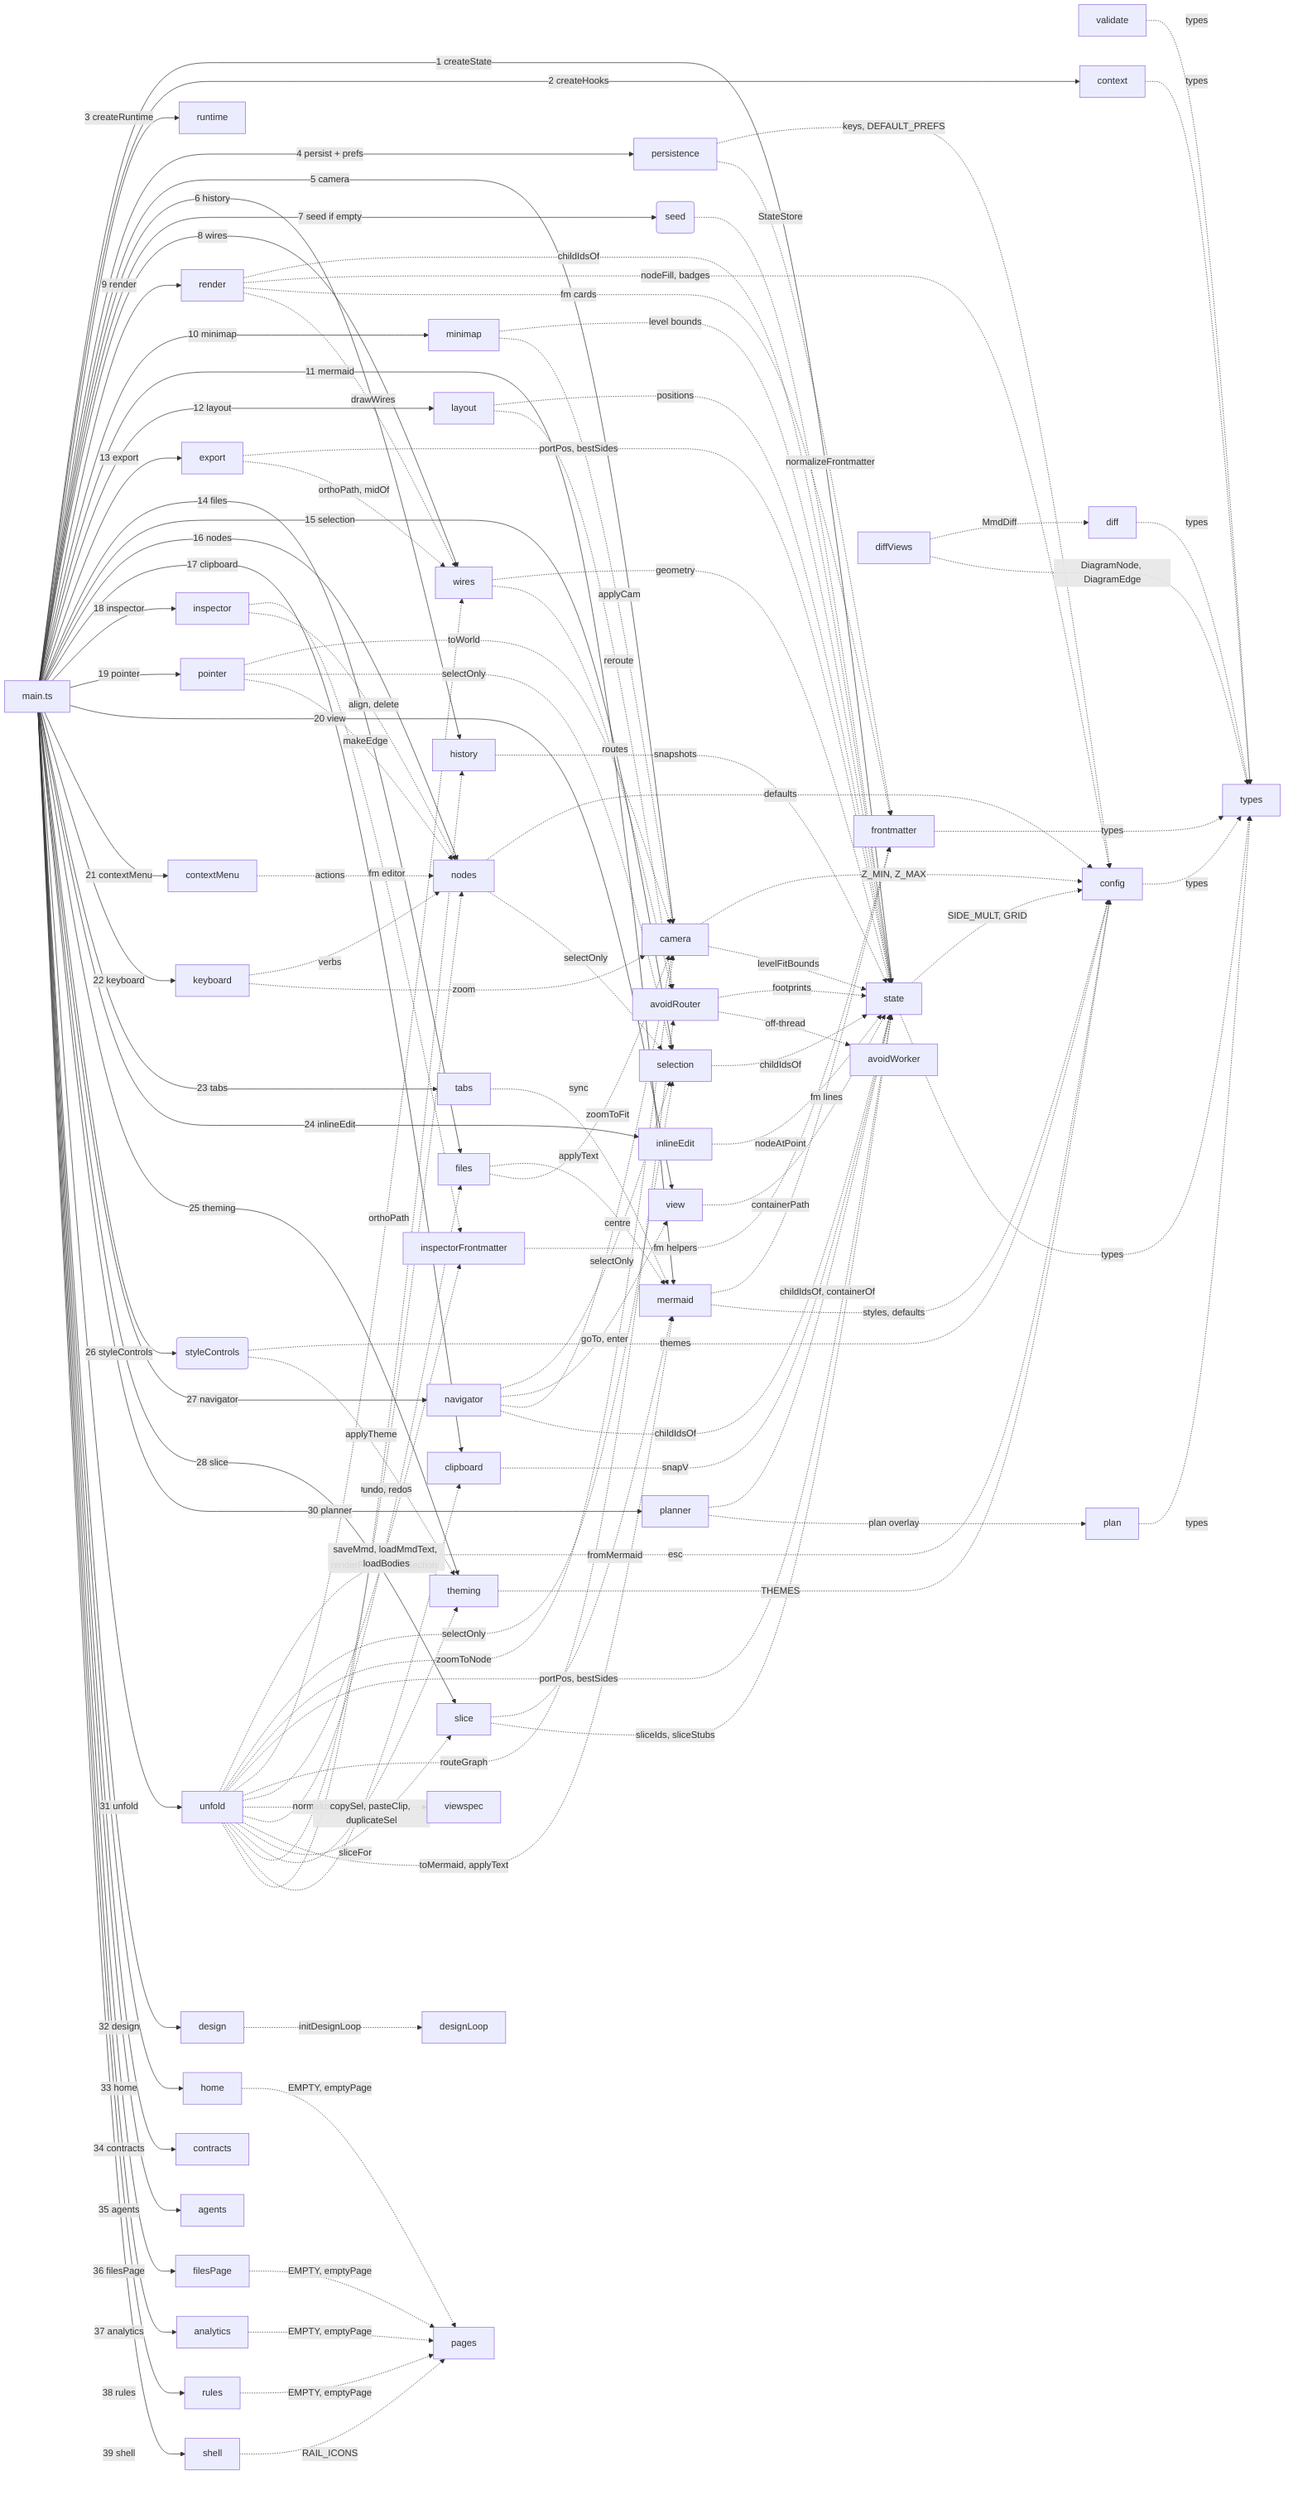
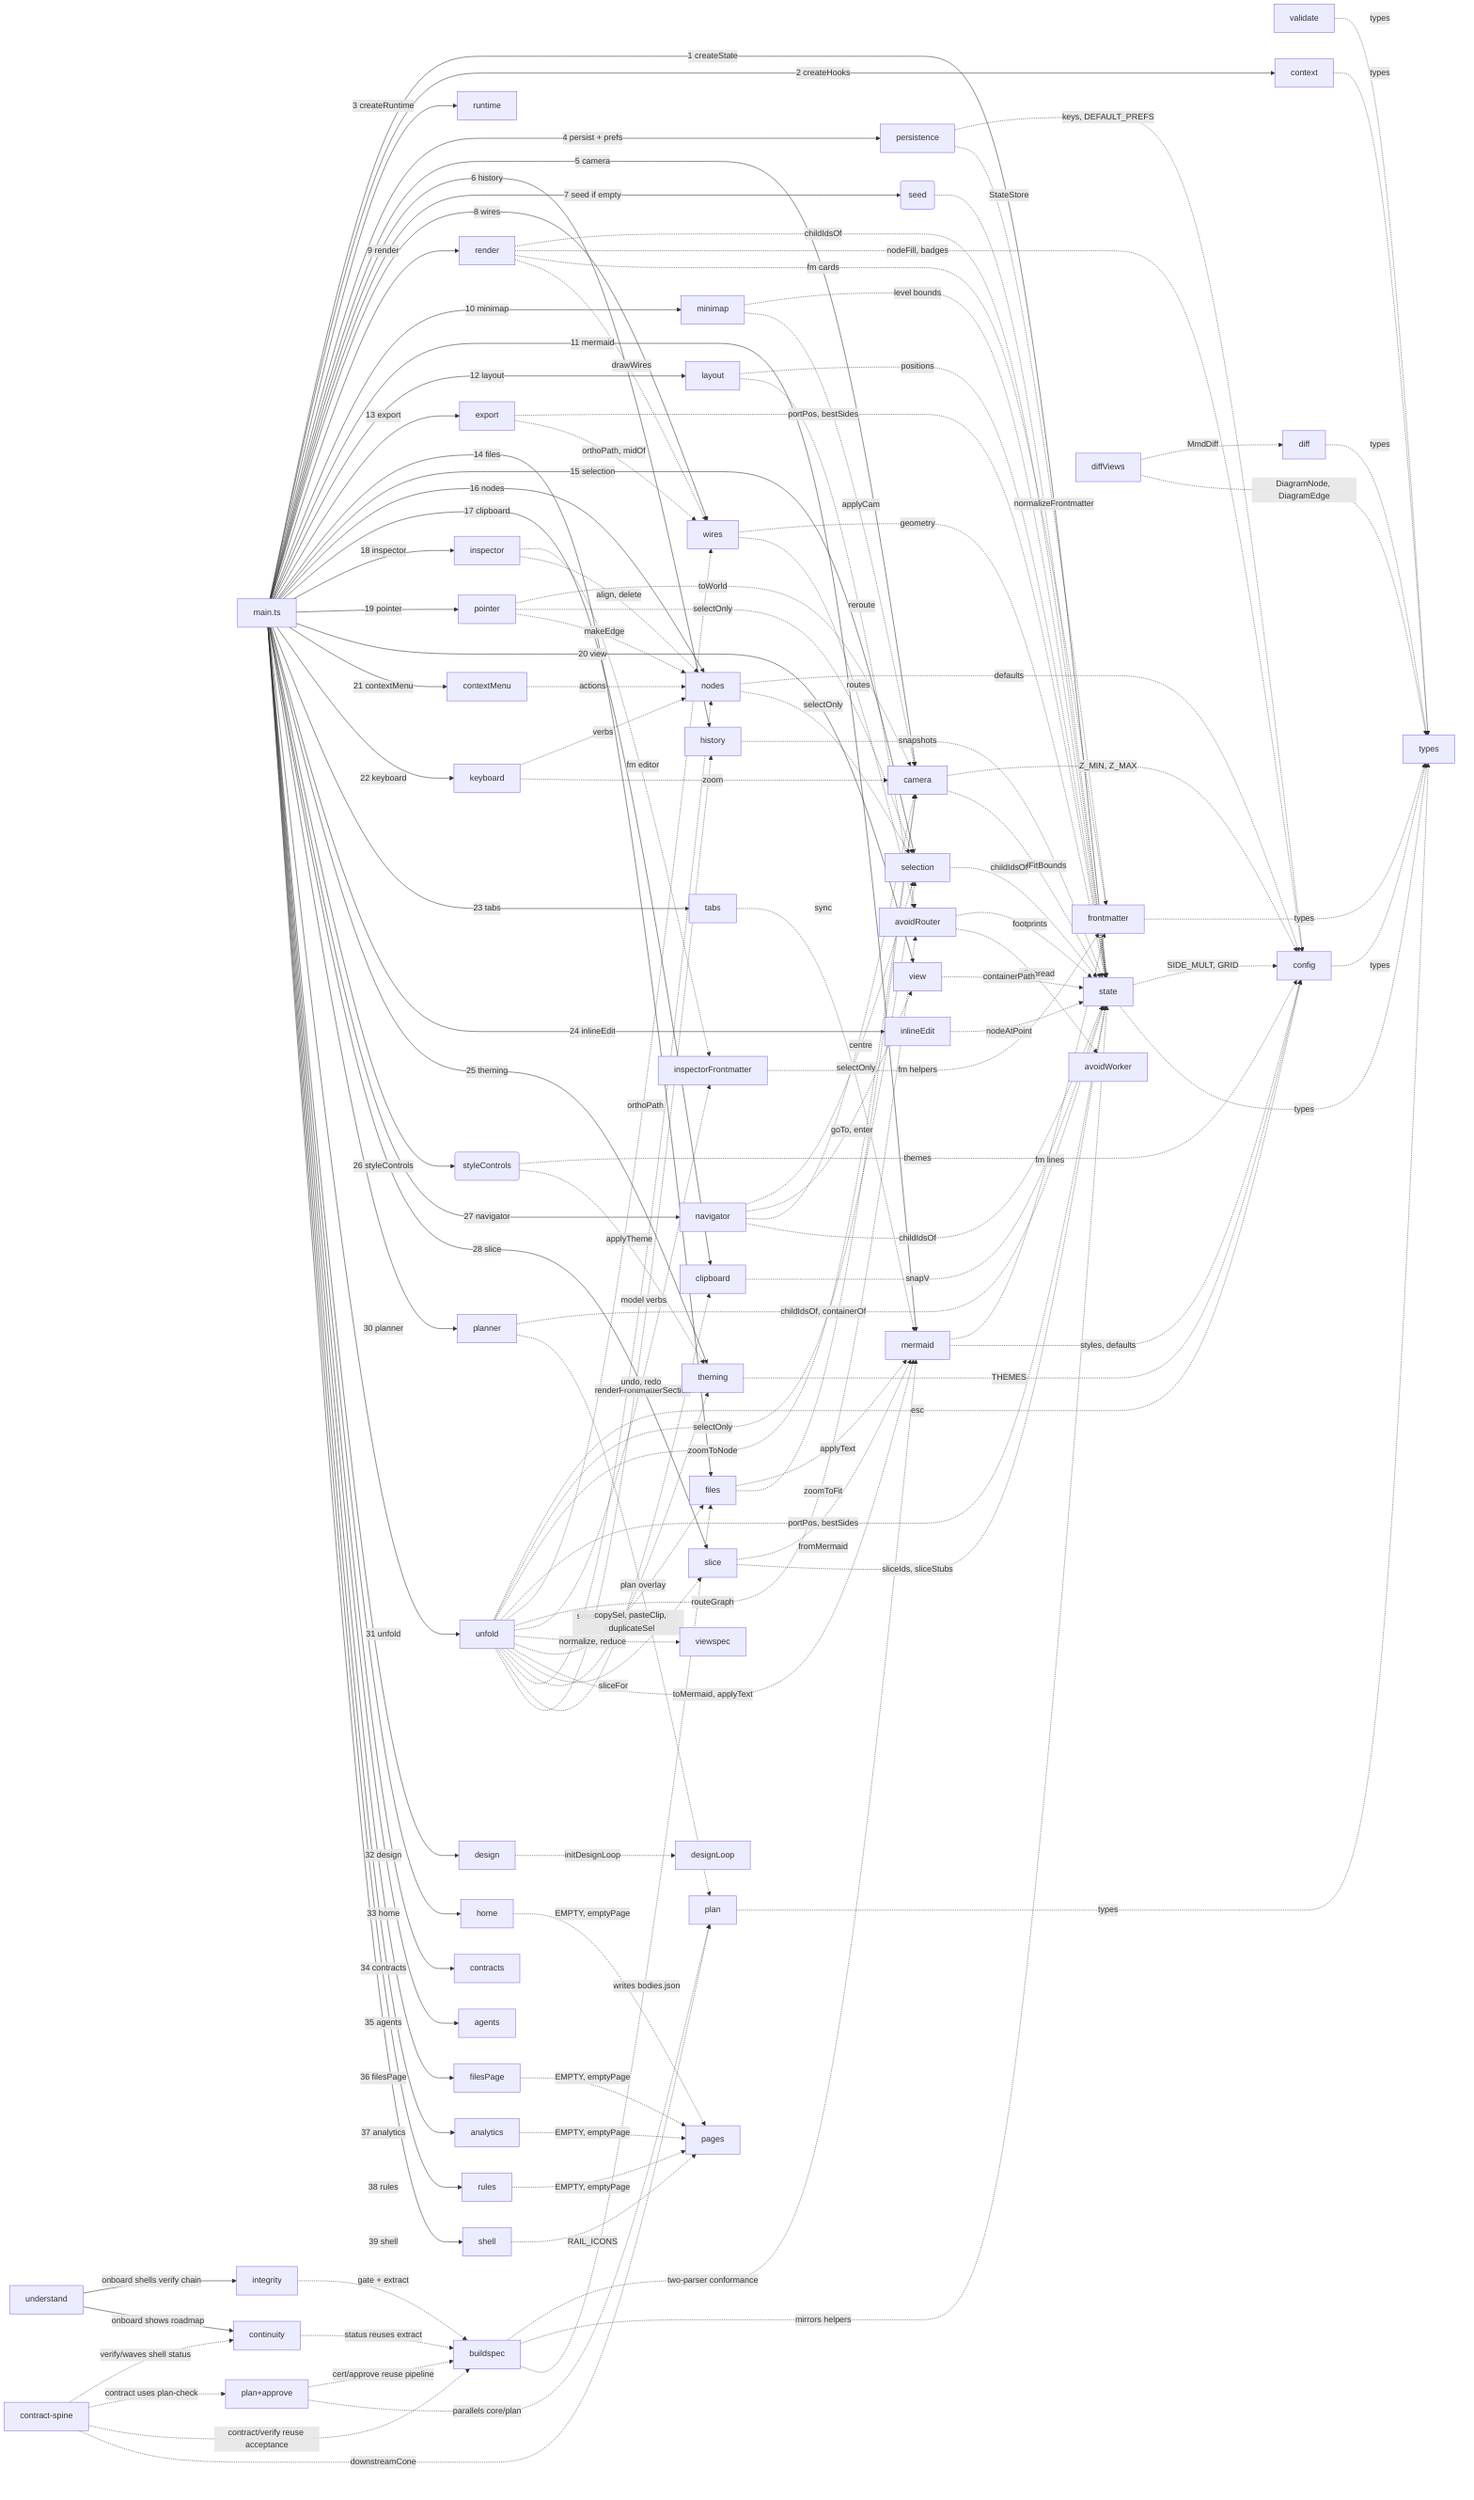
flowchart LR
%% root main

%% fm:meta main name=main
%% fm:meta main desc=composition root; builds AppContext, runs each initX in dependency order, wires hooks, boots
%% fm:meta state name=state
%% fm:meta state desc=the live diagram model (nodes, edges, selection, id counters) plus pure geometry + containment helpers
%% fm:meta frontmatter name=frontmatter
%% fm:meta frontmatter desc=per-node public-interface metadata; create, prune, serialize and parse to Mermaid %% lines
%% fm:meta validate name=validate
%% fm:meta validate desc=pure model integrity and serialize-parse round-trip checks; no DOM, types only
%% fm:meta history name=history
%% fm:meta history desc=bounded undo/redo stack of JSON model snapshots; restore writes back through hooks
%% fm:meta persistence name=persistence
%% fm:meta persistence desc=debounced autosave of model + camera to localStorage, plus load/save of Prefs
%% fm:meta camera name=camera
%% fm:meta camera desc=viewport pan and zoom transform; screen-to-world, applyCam, zoomAt, zoomToFit
%% fm:meta context name=context
%% fm:meta context desc=defines AppContext and the cross-module hook seam that breaks import cycles
%% fm:meta config name=config
%% fm:meta config desc=static lookup tables, palette, themes, fonts, zoom limits, storage keys plus tiny pure helpers
%% fm:meta types name=types
%% fm:meta types desc=shared domain types every module reads and writes; the vocabulary of the whole app
%% fm:meta runtime name=runtime
%% fm:meta runtime desc=tiny bag of transient interaction flags the render layer reads and interaction owns
%% fm:meta seed name=seed
%% fm:meta seed desc=first-run sample diagram, used only when there is no autosave to restore
%% fm:meta mermaid name=mermaid
%% fm:meta mermaid desc=two-way Mermaid text and model serializer/parser; the only module that knows the grammar
%% fm:meta layout name=layout
%% fm:meta layout desc=the Tidy automatic layered-tree layout; layers the spine and parks satellites
%% fm:meta exporter name=export
%% fm:meta exporter desc=build a standalone SVG from the model and export as a downloaded SVG or PNG
%% fm:meta files name=files
%% fm:meta files desc=save the diagram as a .mmd file and load a .mmd or bodies.json back in
%% fm:meta render name=render
%% fm:meta render desc=rebuild node DOM from the model each render; frontmatter cards, ports, drill affordance
%% fm:meta wires name=wires
%% fm:meta wires desc=draw all edges into the SVG layer plus the path geometry helpers reused by export
%% fm:meta avoidRouter name=avoidRouter
%% fm:meta avoidRouter desc=obstacle-avoiding orthogonal routing of reference edges via the libavoid WASM router
%% fm:meta minimap name=minimap
%% fm:meta minimap desc=paint the overview canvas and translate clicks and drags into camera moves
%% fm:meta avoidWorker name=avoidWorker
%% fm:meta avoidWorker desc=run the libavoid router in a dedicated worker so routing never blocks the main thread
%% fm:meta pointer name=pointer
%% fm:meta pointer desc=direct-manipulation on the canvas: drag, marquee, pan, resize, port-drag linking
%% fm:meta nodes name=nodes
%% fm:meta nodes desc=create/modify/destroy verbs on the model: addNode, makeEdge, deleteSelection, align, group
%% fm:meta selection name=selection
%% fm:meta selection desc=user-facing selection verbs that mutate sel then render and refresh the inspector
%% fm:meta clipboard name=clipboard
%% fm:meta clipboard desc=in-memory copy, paste with id remapping, and duplicate of the selection
%% fm:meta keyboard name=keyboard
%% fm:meta keyboard desc=global key and wheel handling: undo, clipboard, delete, nudge, quick-add, zoom, pan
%% fm:meta inlineEdit name=inlineEdit
%% fm:meta inlineEdit desc=double-click contenteditable label editing plus the dblclick drop-and-edit flow
%% fm:meta contextMenu name=contextMenu
%% fm:meta contextMenu desc=build and position the right-click menu with node or canvas actions
%% fm:meta view name=view
%% fm:meta view desc=own the current drill level and the verbs that change it, plus the breadcrumb
%% fm:meta inspector name=inspector
%% fm:meta inspector desc=render the right-hand property editor for a node, multi-selection, or an edge
%% fm:meta inspectorFrontmatter name=inspectorFrontmatter
%% fm:meta inspectorFrontmatter desc=render and wire the frontmatter editor for a single selected node
%% fm:meta tabs name=tabs
%% fm:meta tabs desc=switch the right panel between panes, collapse it, and show transient toasts
%% fm:meta styleControls name=styleControls
%% fm:meta styleControls desc=build and wire the Style tab: theme chips, font, toggles, routing select
%% fm:meta theming name=theming
%% fm:meta theming desc=translate prefs into live CSS variables and canvas state at runtime
%% fm:meta diff name=diff
%% fm:meta diff desc=compare two parsed models and compute the semantic delta: added, removed and changed nodes and edges
%% fm:meta navigator name=navigator
%% fm:meta navigator desc=searchable, filterable node list; click a row to drill, select and centre the camera
%% fm:meta slice name=slice
%% fm:meta slice desc=show a self-contained mmd of the selected node's neighbourhood, with a Copy button
%% fm:meta diffViews name=diffViews
%% fm:meta diffViews desc=four diff-view renderers (list, split, impact, ghost overlay) over a diffModels result; orphaned since diff-workspace.ts (their only caller) was deleted as dead code 2026-07-04 — exercised only by tools/buildspec/diff-views.test.mjs, kept for that test's F-16 canonical-suite guarantee
%% fm:meta plan name=plan
%% fm:meta plan desc=build-plan overlay model (pure): status/intent/phase changes keyed on real nodes/edges, plus blast-radius and coherence helpers
%% fm:meta planner name=planner
%% fm:meta planner desc=full-screen build-plan review surface: status overlay on the real map, tri-pane sync, accept/reject with dependency coherence, gated export to buildspec
%% fm:meta unfold name=unfold
%% fm:meta unfold desc=reading mode: full-screen folded view of ctx.state — containment roots only at arrival, unfold in place, opt-in layers (wires, desc, interfaces, metrics, colour, blast radius), browse tree, inspector with ctx.bodies source; the panel is a resizable, collapsible dock with tabs at the reveal strip on two rows (reveal · io · mermaid / slice · style); model verbs are hidden by default, revealed by selection — overlay-scoped keyboard shortcuts and a selection-only '⋯' actions menu (add/connect/duplicate/copy/paste/wrap/edit/edge ops/delete/clear/undo/redo), every verb gated by the pure ufVerbAllowed
%% fm:meta viewspec name=viewspec
%% fm:meta viewspec desc=the M3 ViewSpec contract (pure): one serializable spec object is the reading view — screen = render(spec); normalizer is the schema boundary, reducer is the only mutation path; also owns the M4 boot-surface contract (AppSurface, resolveBootSurface — read is the sticky default)
%% fm:meta shell name=shell
%% fm:meta shell desc=K3 IDE shell — left icon rail + hash router + page host; the Codebase route reveals the untouched editor, every other tab (design plus the 6 K-seam stubs) renders through its own injected renderX dep (SPEC_SHELL)
%% fm:meta pages name=pages
%% fm:meta pages desc=K3 IDE shell empty-state data + rail icon glyphs: EMPTY table, emptyPage factory, RAIL_ICONS (design has no row any more — K5 made it a real page; the other 6 rows are now each read by their own K-seam stub module instead of by shell.ts directly)
%% fm:meta design name=design
%% fm:meta design desc=K5 Design tab — outcome -> ONE question -> draft card (toggle-driven structural blocks) -> confirm -> hand-off to Contracts; design-model.ts's record + pure transitions, design-render.ts's DOM builders, design.ts's factory (SPEC_DESIGN.md)
%% fm:meta designLoop name=designLoop
%% fm:meta designLoop desc=K5.2 design loop — AI draft pair (contract json + pointer-stamped html projection) reviewed in a sandboxed frame: click → pointer → keep/change → sealed two-file outcome; design-loop.ts pure core + design-loop-render.ts surface, mounted by design.ts
%% fm:meta home name=home
%% fm:meta home desc=K-seam stub for K8 Home — thin initHome(ctx) factory rendering pages.ts's home empty-state row via emptyPage(); pre-wired so K8 owns src/ide/home.ts without touching main.ts/shell.ts/pages.ts again
%% fm:meta contracts name=contracts
%% fm:meta contracts desc=K4 Contracts tab — initContracts(ctx) factory: index-first fetch of plan/packet/verdict artifacts, list render with DONE/needs-you grouping, in-page swap to the per-build certificate document (contracts-doc.ts); packets/verdicts stay read-only and tooling is never invoked, but the tab creates/advances lifecycle ContractRecords over the dev file bridge
%% fm:meta agents name=agents
%% fm:meta agents desc=K6 Agents tab — initAgents(ctx) factory: heading + New chat + last-3 bridge-session list (fade/expand), in-place swap to the chat seam; pure stream cores (mdTokens/revealStep/eventLabel) pace and render calm chat output; talks to the dev-only vite agent bridge, never imports other modules
%% fm:meta filesPage name=filesPage
%% fm:meta filesPage desc=K-seam stub for K7 Files — thin initFilesPage(ctx) factory rendering pages.ts's files empty-state row via emptyPage(); also exports the RepoScope type-only placeholder other lanes may import ahead of K7
%% fm:meta analytics name=analytics
%% fm:meta analytics desc=K-seam stub for K10 Analytics — thin initAnalytics(ctx) factory rendering pages.ts's analytics empty-state row via emptyPage()
%% fm:meta rules name=rules
%% fm:meta rules desc=K-seam stub for K9 Rules — thin initRules(ctx) factory rendering pages.ts's rules empty-state row via emptyPage()

%% kind main module
%% kind state module
%% kind frontmatter module
%% kind validate module
%% kind history module
%% kind persistence module
%% kind camera module
%% kind context module
%% kind config module
%% kind types module
%% kind runtime module
%% kind seed function
%% kind mermaid module
%% kind layout module
%% kind exporter module
%% kind files module
%% kind render module
%% kind wires module
%% kind avoidRouter module
%% kind minimap module
%% kind avoidWorker module
%% kind pointer module
%% kind nodes module
%% kind selection module
%% kind clipboard module
%% kind keyboard module
%% kind inlineEdit module
%% kind contextMenu module
%% kind view module
%% kind inspector module
%% kind inspectorFrontmatter module
%% kind tabs module
%% kind styleControls function
%% kind theming module
%% kind diff module
%% kind navigator module
%% kind slice module
%% kind diffViews module
%% kind plan module
%% kind planner module
%% kind unfold module
%% kind viewspec module
%% kind shell module
%% kind pages module
%% kind design module
%% kind designLoop module
%% kind home module
%% kind contracts module
%% kind agents module
%% kind filesPage module
%% kind analytics module
%% kind rules module

  main["main.ts"]
  state["state"]
  frontmatter["frontmatter"]
  validate["validate"]
  history["history"]
  persistence["persistence"]
  camera["camera"]
  context["context"]
  config["config"]
  types["types"]
  runtime["runtime"]
  seed("seed")
  mermaid["mermaid"]
  layout["layout"]
  exporter["export"]
  files["files"]
  render["render"]
  wires["wires"]
  avoidRouter["avoidRouter"]
  minimap["minimap"]
  avoidWorker["avoidWorker"]
  pointer["pointer"]
  nodes["nodes"]
  selection["selection"]
  clipboard["clipboard"]
  keyboard["keyboard"]
  inlineEdit["inlineEdit"]
  contextMenu["contextMenu"]
  view["view"]
  inspector["inspector"]
  inspectorFrontmatter["inspectorFrontmatter"]
  tabs["tabs"]
  styleControls("styleControls")
  theming["theming"]
  diff["diff"]
  navigator["navigator"]
  slice["slice"]
  diffViews["diffViews"]
  plan["plan"]
  planner["planner"]
  unfold["unfold"]
  viewspec["viewspec"]
  shell["shell"]
  pages["pages"]
  design["design"]
  designLoop["designLoop"]
  home["home"]
  contracts["contracts"]
  agents["agents"]
  filesPage["filesPage"]
  analytics["analytics"]
  rules["rules"]

  main -->|1 createState| state
  main -->|2 createHooks| context
  main -->|3 createRuntime| runtime
  main -->|4 persist + prefs| persistence
  main -->|5 camera| camera
  main -->|6 history| history
  main -->|7 seed if empty| seed
  main -->|8 wires| wires
  main -->|9 render| render
  main -->|10 minimap| minimap
  main -->|11 mermaid| mermaid
  main -->|12 layout| layout
  main -->|13 export| exporter
  main -->|14 files| files
  main -->|15 selection| selection
  main -->|16 nodes| nodes
  main -->|17 clipboard| clipboard
  main -->|18 inspector| inspector
  main -->|19 pointer| pointer
  main -->|20 view| view
  main -->|21 contextMenu| contextMenu
  main -->|22 keyboard| keyboard
  main -->|23 tabs| tabs
  main -->|24 inlineEdit| inlineEdit
  main -->|25 theming| theming
  main -->|26 styleControls| styleControls
  config -.->|types| types
  state -.->|SIDE_MULT, GRID| config
  state -.->|types| types
  camera -.->|Z_MIN, Z_MAX| config
  camera -.->|levelFitBounds| state
  persistence -.->|keys, DEFAULT_PREFS| config
  persistence -.->|normalizeFrontmatter| frontmatter
  history -.->|snapshots| state
  frontmatter -.->|types| types
  validate -.->|types| types
  seed -.->|StateStore| state
  context -.->|types| types
  render -.->|childIdsOf| state
  render -.->|nodeFill, badges| config
  render -.->|fm cards| frontmatter
  render -.->|drawWires| wires
  wires -.->|geometry| state
  wires -.->|routes| avoidRouter
  avoidRouter -.->|footprints| state
  avoidRouter -.->|off-thread| avoidWorker
  layout -.->|positions| state
  layout -.->|reroute| avoidRouter
  minimap -.->|level bounds| state
  minimap -.->|applyCam| camera
  mermaid -.->|fm lines| frontmatter
  mermaid -.->|styles, defaults| config
  exporter -.->|portPos, bestSides| state
  exporter -.->|orthoPath, midOf| wires
  files -.->|applyText| mermaid
  files -.->|zoomToFit| camera
  pointer -.->|toWorld| camera
  pointer -.->|selectOnly| selection
  pointer -.->|makeEdge| nodes
  nodes -.->|defaults| config
  nodes -.->|selectOnly| selection
  selection -.->|childIdsOf| state
  clipboard -.->|snapV| state
  keyboard -.->|verbs| nodes
  keyboard -.->|zoom| camera
  inlineEdit -.->|nodeAtPoint| state
  contextMenu -.->|actions| nodes
  view -.->|containerPath| state
  inspector -.->|fm editor| inspectorFrontmatter
  inspector -.->|align, delete| nodes
  inspectorFrontmatter -.->|fm helpers| frontmatter
  tabs -.->|sync| mermaid
  styleControls -.->|themes| config
  styleControls -.->|applyTheme| theming
  theming -.->|THEMES| config
  main -->|27 navigator| navigator
  main -->|28 slice| slice
  diff -.->|types| types
  diffViews -.->|MmdDiff| diff
  diffViews -.->|DiagramNode, DiagramEdge| types
  navigator -.->|selectOnly| selection
  navigator -.->|goTo, enter| view
  navigator -.->|centre| camera
  navigator -.->|childIdsOf| state
  slice -.->|fromMermaid| mermaid
  slice -.->|sliceIds, sliceStubs| state
  main -->|30 planner| planner
  main -->|31 unfold| unfold
  plan -.->|types| types
  planner -.->|childIdsOf, containerOf| state
  planner -.->|plan overlay| plan
  unfold -.->|esc| config
  unfold -.->|selectOnly| selection
  unfold -.->|zoomToNode| camera
  unfold -.->|portPos, bestSides| state
  unfold -.->|orthoPath| wires
  unfold -.->|routeGraph| avoidRouter
  unfold -.->|renderFrontmatterSection| inspectorFrontmatter
  unfold -.->|normalize, reduce| viewspec
  unfold -.->|saveMmd, loadMmdText, loadBodies| files
  unfold -.->|toMermaid, applyText| mermaid
  unfold -.->|sliceFor| slice
  unfold -.->|applyFont| theming
  unfold -.->|model verbs| nodes
  unfold -.->|copySel, pasteClip, duplicateSel| clipboard
  unfold -.->|undo, redo| history
  main -->|32 design| design
  main -->|33 home| home
  main -->|34 contracts| contracts
  main -->|35 agents| agents
  main -->|36 filesPage| filesPage
  main -->|37 analytics| analytics
  main -->|38 rules| rules
  main -->|39 shell| shell
  design -.->|initDesignLoop| designLoop
  shell -.->|RAIL_ICONS| pages
  home -.->|EMPTY, emptyPage| pages
  filesPage -.->|EMPTY, emptyPage| pages
  analytics -.->|EMPTY, emptyPage| pages
  rules -.->|EMPTY, emptyPage| pages

%% ---- reading-mode grouping (%% group dialect directive) ----
%% Promoted from sandbox/unfold/hierarchy.json: the curated responsibility
%% grouping ABOVE modules. No geometry; the canvas ignores it; the unfold
%% surface folds to these regions and stages/aggregates by them.
%% group g_editor "Editor"
%% group g_canvas "Canvas" parent g_editor
%% group g_render_view "Rendering & viewport" parent g_canvas
%% group g_layout_routing "Layout & routing" parent g_canvas
%% group g_direct_manip "Direct manipulation" parent g_canvas
%% group g_side_panels "Side panels" parent g_editor
%% group g_reading "Reading mode" parent g_editor
%% group g_domain "Domain model"
%% group g_core_model "Core model & config" parent g_domain
%% group g_node_meta "Node metadata" parent g_domain
%% group g_history "History & first-run" parent g_domain
%% group g_review "Review & planning"
%% group g_io "Persistence & IO"
%% group g_orchestration "Orchestration"
%% group-member g_render_view render
%% group-member g_render_view wires
%% group-member g_render_view camera
%% group-member g_render_view minimap
%% group-member g_render_view theming
%% group-member g_layout_routing layout
%% group-member g_layout_routing avoidRouter
%% group-member g_layout_routing avoidWorker
%% group-member g_direct_manip pointer
%% group-member g_direct_manip nodes
%% group-member g_direct_manip selection
%% group-member g_direct_manip clipboard
%% group-member g_direct_manip inlineEdit
%% group-member g_direct_manip keyboard
%% group-member g_direct_manip contextMenu
%% group-member g_direct_manip view
%% group-member g_side_panels inspector
%% group-member g_side_panels inspectorFrontmatter
%% group-member g_side_panels tabs
%% group-member g_side_panels styleControls
%% group-member g_side_panels navigator
%% group-member g_side_panels slice
%% group-member g_reading unfold
%% group-member g_reading viewspec
%% group-member g_core_model state
%% group-member g_core_model types
%% group-member g_core_model config
%% group-member g_core_model runtime
%% group-member g_node_meta frontmatter
%% group-member g_node_meta validate
%% group-member g_history history
%% group-member g_history seed
%% group-member g_review diff
%% group-member g_review diffViews
%% group-member g_review plan
%% group-member g_review planner
%% group-member g_io mermaid
%% group-member g_io files
%% group-member g_io persistence
%% group-member g_io exporter
%% group-member g_orchestration main
%% group-member g_orchestration context
+ 
+ %% ---- tooling subsystems (containers; members live in tools/**/*.novakai.mmd fragments) ----
+ %% fm:meta novakaiBuildspec name=buildspec
+ %% fm:meta novakaiBuildspec desc=buildspec pipeline: parse, extract, gate — turns code into a checkable spec and enforces code equals map
+ %% fm:meta novakaiIntegrity name=integrity
+ %% fm:meta novakaiIntegrity desc=map-integrity chain: bundle, validate, lint, coverage, exports, edges — proves the map is true and complete
+ %% fm:meta novakaiUnderstand name=understand
+ %% fm:meta novakaiUnderstand desc=understand: onboard, comprehension quiz, trust tiers — a verifiable 0-context handover
+ %% fm:meta novakaiContinuity name=continuity
+ %% fm:meta novakaiContinuity desc=continuity: verified work-state, computed roadmap, handoff freshness — resume without prose
+ %% fm:meta novakaiPlanApprove name=plan+approve
+ %% fm:meta novakaiPlanApprove desc=plan review and approval gates: coherence check, dry-run certificate, and the build-bundle mint
+ %% fm:meta novakaiContractSpine name=contract-spine
+ %% fm:meta novakaiContractSpine desc=subagent contract spine: per-change packet, verdict, determinism harness, waves and the orchestrator
+ 
+ %% kind novakaiBuildspec module
+ %% kind novakaiIntegrity module
+ %% kind novakaiUnderstand module
+ %% kind novakaiContinuity module
+ %% kind novakaiPlanApprove module
+ %% kind novakaiContractSpine module
+ 
+   novakaiBuildspec["buildspec"]
+   novakaiIntegrity["integrity"]
+   novakaiUnderstand["understand"]
+   novakaiContinuity["continuity"]
+   novakaiPlanApprove["plan+approve"]
+   novakaiContractSpine["contract-spine"]
+ 
+   %% ---- subsystem-level flow (the loop) ----
+   novakaiUnderstand -->|onboard shells verify chain| novakaiIntegrity
+   novakaiUnderstand -->|onboard shows roadmap| novakaiContinuity
+   novakaiIntegrity -.->|gate + extract| novakaiBuildspec
+   novakaiContinuity -.->|status reuses extract| novakaiBuildspec
+   novakaiPlanApprove -.->|cert/approve reuse pipeline| novakaiBuildspec
+   novakaiContractSpine -.->|verify/waves shell status| novakaiContinuity
+   novakaiContractSpine -.->|contract uses plan-check| novakaiPlanApprove
+   novakaiContractSpine -.->|contract/verify reuse acceptance| novakaiBuildspec
+ 
+   %% ---- tooling -> app surface (the blast radius) ----
+   novakaiBuildspec -.->|two-parser conformance| mermaid
+   novakaiBuildspec -.->|mirrors helpers| state
+   novakaiBuildspec -.->|writes bodies.json| files
+   novakaiPlanApprove -.->|parallels core/plan| plan
+   novakaiContractSpine -.->|downstreamCone| plan
